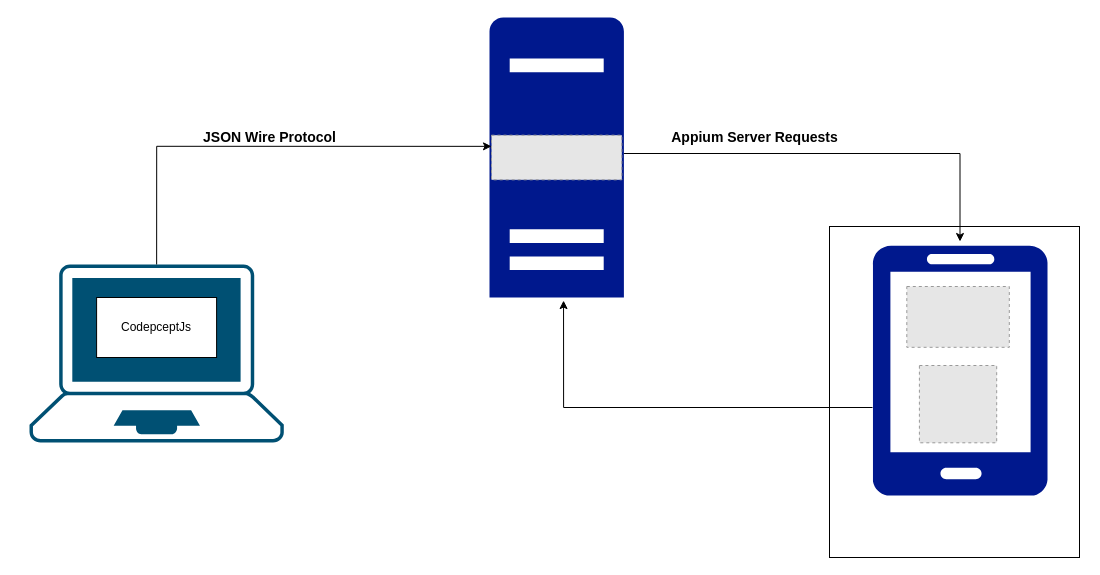
Before: architectrure.drawio in ajikee1/appium-codeceptjs-demo, a draw.io diagram. Source tidied: cells renumbered, new cells numbered last; positions are measured from the earlier drawing's top-left corner, leaving out a move shared by most shapes. Both pictures are drawn from the tidied source at 100%, with x=0, y=0 at pixel (29, 17). Pictures stored in the file or linked from it are replaced by grey dashed boxes.
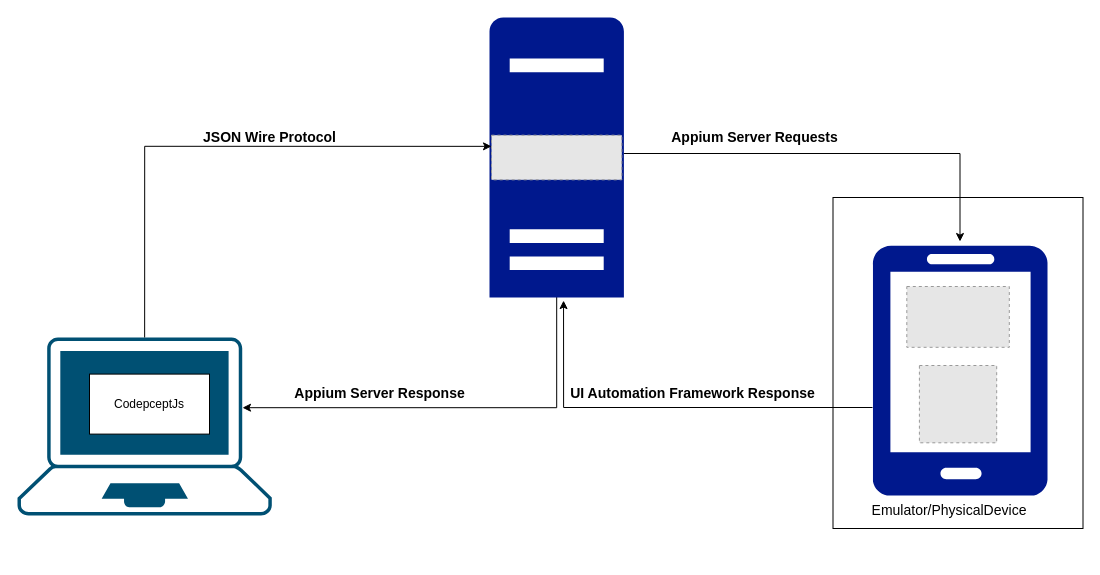
Above is the later version.

Change to the diagram source:
```diff
@@
     <mxCell id="2" style="rounded=0;whiteSpace=wrap;html=1;fontSize=14;" parent="1" vertex="1">
-      <mxGeometry x="800" y="209" width="250" height="331" as="geometry" />
+      <mxGeometry x="803.5" y="180" width="250" height="331" as="geometry" />
     </mxCell>
     <mxCell id="3" style="points=[[0.13,0.02,0],[0.5,0,0],[0.87,0.02,0],[0.885,0.4,0],[0.985,0.985,0],[0.5,1,0],[0.015,0.985,0],[0.115,0.4,0]];verticalLabelPosition=bottom;sketch=0;html=1;verticalAlign=top;align=center;shape=mxgraph.cisco19.laptop;fillColor=#005073;strokeColor=none;" parent="1" vertex="1">
-      <mxGeometry y="247" width="254.3" height="178" as="geometry" />
+      <mxGeometry x="-12" y="320" width="254.3" height="178" as="geometry" />
     </mxCell>
     <mxCell id="4" value="CodepceptJs" style="rounded=0;whiteSpace=wrap;html=1;" parent="1" vertex="1">
-      <mxGeometry x="67.1" y="280" width="120" height="60" as="geometry" />
+      <mxGeometry x="60" y="356.6" width="120" height="60" as="geometry" />
     </mxCell>
+    <mxCell id="15" style="edgeStyle=orthogonalEdgeStyle;rounded=0;orthogonalLoop=1;jettySize=auto;html=1;fontSize=14;startArrow=none;startFill=0;endArrow=classic;endFill=1;entryX=0.885;entryY=0.4;entryDx=0;entryDy=0;entryPerimeter=0;" parent="1" edge="1">
+      <mxGeometry relative="1" as="geometry">
+        <mxPoint x="527.2" y="279" as="sourcePoint" />
+        <mxPoint x="213" y="390.2" as="targetPoint" />
+        <Array as="points">
+          <mxPoint x="527" y="390" />
+        </Array>
+      </mxGeometry>
+    </mxCell>
@@
+    <mxCell id="16" value="Emulator/PhysicalDevice" style="text;html=1;strokeColor=none;fillColor=none;align=center;verticalAlign=middle;whiteSpace=wrap;rounded=0;fontSize=14;" parent="1" vertex="1">
+      <mxGeometry x="890" y="478" width="60" height="30" as="geometry" />
+    </mxCell>
+    <mxCell id="17" value="&lt;b&gt;UI Automation Framework Response&lt;/b&gt;" style="text;html=1;align=center;verticalAlign=middle;strokeColor=none;fillColor=none;fontSize=14;" parent="1" vertex="1">
+      <mxGeometry x="533" y="366" width="260" height="20" as="geometry" />
+    </mxCell>
+    <mxCell id="18" value="Appium Server Response" style="text;html=1;align=center;verticalAlign=middle;strokeColor=none;fillColor=none;fontSize=14;fontStyle=1;" parent="1" vertex="1">
+      <mxGeometry x="255" y="366" width="190" height="20" as="geometry" />
+    </mxCell>
```
